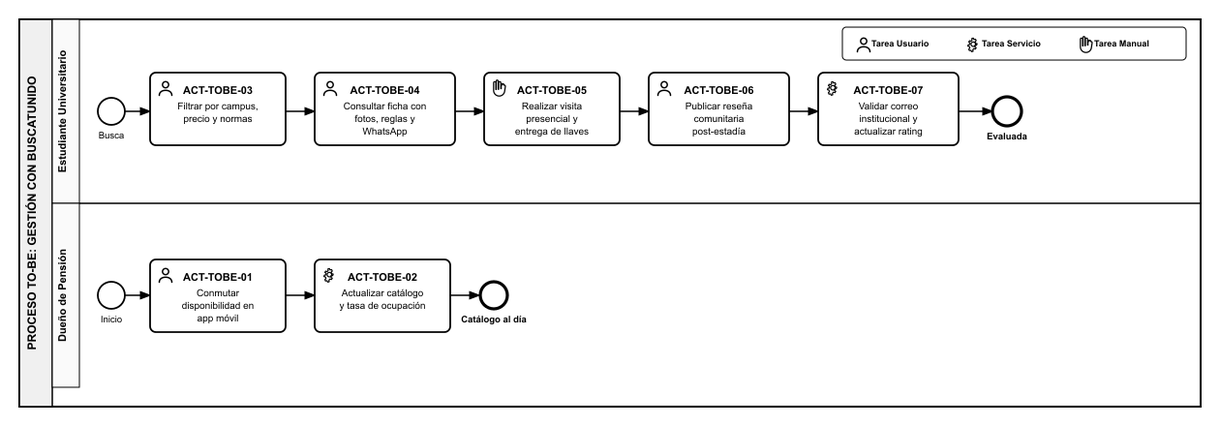
The BPMN diagram assets/diagramas/to-be.png in busca-tunido-requisitos/entrega-1, before a commit. Its source is kept beside it as assets/diagramas/to-be.bpmn. Ids are renumbered.
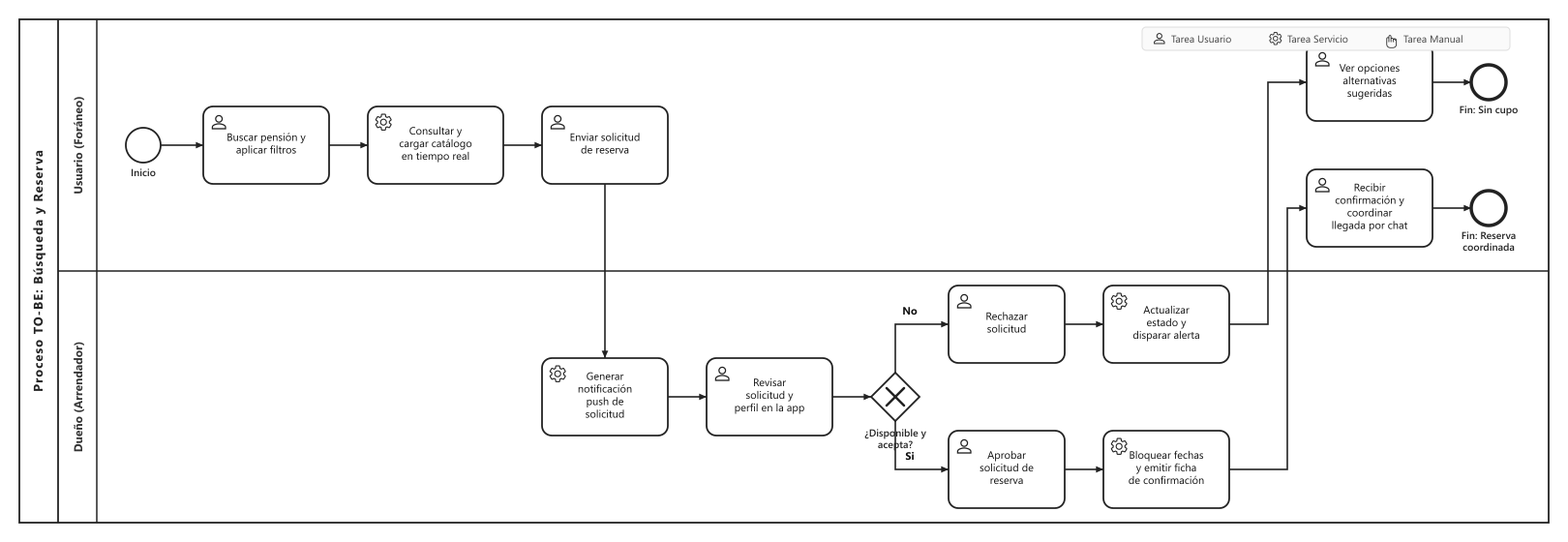
After the change.

Commit message:
feat(bpmn): update AS-IS and TO-BE to interactive reservation flow matching reference design

Diff of the diagram source:
```diff
@@ -8,142 +8,205 @@
                   exporter="Camunda Modeler"
                   exporterVersion="5.20.0">
   <bpmn:collaboration id="Collaboration_TO_BE">
-    <bpmn:participant id="Participant_TO_BE" name="Búsqueda, Arriendo y Gestión con BuscaTuNido (TO-BE)" processRef="Process_TO_BE" />
+    <bpmn:participant id="Participant_TO_BE" name="Proceso TO-BE: Búsqueda y Reserva" processRef="Process_TO_BE" />
   </bpmn:collaboration>
   <bpmn:process id="Process_TO_BE" isExecutable="false">
     <bpmn:laneSet id="LaneSet_TO_BE">
-      <bpmn:lane id="Lane_Estudiante_TOBE" name="Estudiante Universitario">
-        <bpmn:flowNodeRef>Start_Estudiante_TOBE</bpmn:flowNodeRef>
+      <bpmn:lane id="Lane_Usuario" name="Usuario (Foráneo)">
+        <bpmn:flowNodeRef>Start_TOBE</bpmn:flowNodeRef>
+        <bpmn:flowNodeRef>ACT_TOBE_01</bpmn:flowNodeRef>
+        <bpmn:flowNodeRef>ACT_TOBE_02</bpmn:flowNodeRef>
         <bpmn:flowNodeRef>ACT_TOBE_03</bpmn:flowNodeRef>
+        <bpmn:flowNodeRef>ACT_TOBE_08</bpmn:flowNodeRef>
+        <bpmn:flowNodeRef>End_SinCupo</bpmn:flowNodeRef>
+        <bpmn:flowNodeRef>ACT_TOBE_11</bpmn:flowNodeRef>
+        <bpmn:flowNodeRef>End_Reserva</bpmn:flowNodeRef>
+      </bpmn:lane>
+      <bpmn:lane id="Lane_Dueno" name="Dueño (Arrendador)">
         <bpmn:flowNodeRef>ACT_TOBE_04</bpmn:flowNodeRef>
         <bpmn:flowNodeRef>ACT_TOBE_05</bpmn:flowNodeRef>
+        <bpmn:flowNodeRef>Gateway_Decision</bpmn:flowNodeRef>
         <bpmn:flowNodeRef>ACT_TOBE_06</bpmn:flowNodeRef>
         <bpmn:flowNodeRef>ACT_TOBE_07</bpmn:flowNodeRef>
-        <bpmn:flowNodeRef>End_Estudiante_TOBE</bpmn:flowNodeRef>
-      </bpmn:lane>
-      <bpmn:lane id="Lane_Dueno_TOBE" name="Dueño de Pensión">
-        <bpmn:flowNodeRef>Start_Dueno_TOBE</bpmn:flowNodeRef>
-        <bpmn:flowNodeRef>ACT_TOBE_01</bpmn:flowNodeRef>
-        <bpmn:flowNodeRef>ACT_TOBE_02</bpmn:flowNodeRef>
-        <bpmn:flowNodeRef>End_Dueno_TOBE</bpmn:flowNodeRef>
+        <bpmn:flowNodeRef>ACT_TOBE_09</bpmn:flowNodeRef>
+        <bpmn:flowNodeRef>ACT_TOBE_10</bpmn:flowNodeRef>
       </bpmn:lane>
     </bpmn:laneSet>
 
-    <bpmn:startEvent id="Start_Estudiante_TOBE" name="Busca pensión" />
-    <bpmn:userTask id="ACT_TOBE_03" name="ACT-TOBE-03: Filtrar catálogo por campus, precio y normas" />
-    <bpmn:userTask id="ACT_TOBE_04" name="ACT-TOBE-04: Consultar ficha con fotos, reglas y WhatsApp directo" />
-    <bpmn:manualTask id="ACT_TOBE_05" name="ACT-TOBE-05: Realizar visita presencial y entrega de llaves" />
-    <bpmn:userTask id="ACT_TOBE_06" name="ACT-TOBE-06: Publicar reseña comunitaria post-estadía" />
-    <bpmn:serviceTask id="ACT_TOBE_07" name="ACT-TOBE-07: Validar correo institucional y actualizar calificación" />
-    <bpmn:endEvent id="End_Estudiante_TOBE" name="Estadía evaluada" />
+    <bpmn:startEvent id="Start_TOBE" name="Inicio" />
+    <bpmn:userTask id="ACT_TOBE_01" name="Buscar pensión y aplicar filtros" />
+    <bpmn:serviceTask id="ACT_TOBE_02" name="Consultar y cargar catálogo en tiempo real" />
+    <bpmn:userTask id="ACT_TOBE_03" name="Enviar solicitud de reserva" />
 
-    <bpmn:startEvent id="Start_Dueno_TOBE" name="Vacancia o cambio" />
-    <bpmn:userTask id="ACT_TOBE_01" name="ACT-TOBE-01: Conmutar disponibilidad de habitación en app móvil" />
-    <bpmn:serviceTask id="ACT_TOBE_02" name="ACT-TOBE-02: Actualizar catálogo y recalcular ocupación" />
-    <bpmn:endEvent id="End_Dueno_TOBE" name="Oferta actualizada" />
+    <bpmn:serviceTask id="ACT_TOBE_04" name="Generar notificación push de solicitud" />
+    <bpmn:userTask id="ACT_TOBE_05" name="Revisar solicitud y perfil en la app" />
+    <bpmn:exclusiveGateway id="Gateway_Decision" name="¿Disponible y acepta?" />
 
-    <bpmn:sequenceFlow id="f_e1" sourceRef="Start_Estudiante_TOBE" targetRef="ACT_TOBE_03" />
-    <bpmn:sequenceFlow id="f_e2" sourceRef="ACT_TOBE_03" targetRef="ACT_TOBE_04" />
-    <bpmn:sequenceFlow id="f_e3" sourceRef="ACT_TOBE_04" targetRef="ACT_TOBE_05" />
-    <bpmn:sequenceFlow id="f_e4" sourceRef="ACT_TOBE_05" targetRef="ACT_TOBE_06" />
-    <bpmn:sequenceFlow id="f_e5" sourceRef="ACT_TOBE_06" targetRef="ACT_TOBE_07" />
-    <bpmn:sequenceFlow id="f_e6" sourceRef="ACT_TOBE_07" targetRef="End_Estudiante_TOBE" />
+    <bpmn:userTask id="ACT_TOBE_06" name="Rechazar solicitud" />
+    <bpmn:serviceTask id="ACT_TOBE_07" name="Actualizar estado y disparar alerta" />
+    <bpmn:userTask id="ACT_TOBE_08" name="Ver opciones alternativas sugeridas" />
+    <bpmn:endEvent id="End_SinCupo" name="Fin: Sin cupo" />
 
-    <bpmn:sequenceFlow id="f_d1" sourceRef="Start_Dueno_TOBE" targetRef="ACT_TOBE_01" />
-    <bpmn:sequenceFlow id="f_d2" sourceRef="ACT_TOBE_01" targetRef="ACT_TOBE_02" />
-    <bpmn:sequenceFlow id="f_d3" sourceRef="ACT_TOBE_02" targetRef="End_Dueno_TOBE" />
+    <bpmn:userTask id="ACT_TOBE_09" name="Aprobar solicitud de reserva" />
+    <bpmn:serviceTask id="ACT_TOBE_10" name="Bloquear fechas y emitir ficha de confirmación" />
+    <bpmn:userTask id="ACT_TOBE_11" name="Recibir confirmación y coordinar llegada por chat" />
+    <bpmn:endEvent id="End_Reserva" name="Fin: Reserva coordinada" />
+
+    <bpmn:sequenceFlow id="Flow_1" sourceRef="Start_TOBE" targetRef="ACT_TOBE_01" />
+    <bpmn:sequenceFlow id="Flow_2" sourceRef="ACT_TOBE_01" targetRef="ACT_TOBE_02" />
+    <bpmn:sequenceFlow id="Flow_3" sourceRef="ACT_TOBE_02" targetRef="ACT_TOBE_03" />
+    <bpmn:sequenceFlow id="Flow_4" sourceRef="ACT_TOBE_03" targetRef="ACT_TOBE_04" />
+    <bpmn:sequenceFlow id="Flow_5" sourceRef="ACT_TOBE_04" targetRef="ACT_TOBE_05" />
+    <bpmn:sequenceFlow id="Flow_6" sourceRef="ACT_TOBE_05" targetRef="Gateway_Decision" />
+    <bpmn:sequenceFlow id="Flow_No" name="No" sourceRef="Gateway_Decision" targetRef="ACT_TOBE_06" />
+    <bpmn:sequenceFlow id="Flow_7" sourceRef="ACT_TOBE_06" targetRef="ACT_TOBE_07" />
+    <bpmn:sequenceFlow id="Flow_8" sourceRef="ACT_TOBE_07" targetRef="ACT_TOBE_08" />
+    <bpmn:sequenceFlow id="Flow_9" sourceRef="ACT_TOBE_08" targetRef="End_SinCupo" />
+    <bpmn:sequenceFlow id="Flow_Si" name="Si" sourceRef="Gateway_Decision" targetRef="ACT_TOBE_09" />
+    <bpmn:sequenceFlow id="Flow_10" sourceRef="ACT_TOBE_09" targetRef="ACT_TOBE_10" />
+    <bpmn:sequenceFlow id="Flow_11" sourceRef="ACT_TOBE_10" targetRef="ACT_TOBE_11" />
+    <bpmn:sequenceFlow id="Flow_12" sourceRef="ACT_TOBE_11" targetRef="End_Reserva" />
   </bpmn:process>
   <bpmndi:BPMNDiagram id="BPMNDiagram_1">
     <bpmndi:BPMNPlane id="BPMNPlane_1" bpmnElement="Collaboration_TO_BE">
       <bpmndi:BPMNShape id="Participant_TO_BE_di" bpmnElement="Participant_TO_BE" isHorizontal="true">
-        <dc:Bounds x="160" y="80" width="1120" height="440" />
+        <dc:Bounds x="20" y="20" width="1580" height="520" />
       </bpmndi:BPMNShape>
-      <bpmndi:BPMNShape id="Lane_Estudiante_TOBE_di" bpmnElement="Lane_Estudiante_TOBE" isHorizontal="true">
-        <dc:Bounds x="190" y="80" width="1090" height="220" />
+      <bpmndi:BPMNShape id="Lane_Usuario_di" bpmnElement="Lane_Usuario" isHorizontal="true">
+        <dc:Bounds x="50" y="20" width="1550" height="260" />
       </bpmndi:BPMNShape>
-      <bpmndi:BPMNShape id="Lane_Dueno_TOBE_di" bpmnElement="Lane_Dueno_TOBE" isHorizontal="true">
-        <dc:Bounds x="190" y="300" width="1090" height="220" />
+      <bpmndi:BPMNShape id="Lane_Dueno_di" bpmnElement="Lane_Dueno" isHorizontal="true">
+        <dc:Bounds x="50" y="280" width="1550" height="260" />
       </bpmndi:BPMNShape>
-      <bpmndi:BPMNShape id="Start_Estudiante_TOBE_di" bpmnElement="Start_Estudiante_TOBE">
-        <dc:Bounds x="230" y="172" width="36" height="36" />
+
+      <bpmndi:BPMNShape id="Start_TOBE_di" bpmnElement="Start_TOBE">
+        <dc:Bounds x="130" y="132" width="36" height="36" />
         <bpmndi:BPMNLabel>
-          <dc:Bounds x="212" y="215" width="73" height="14" />
-        </bpmndi:BPMNLabel>
-      </bpmndi:BPMNShape>
-      <bpmndi:BPMNShape id="ACT_TOBE_03_di" bpmnElement="ACT_TOBE_03">
-        <dc:Bounds x="310" y="150" width="120" height="80" />
-      </bpmndi:BPMNShape>
-      <bpmndi:BPMNShape id="ACT_TOBE_04_di" bpmnElement="ACT_TOBE_04">
-        <dc:Bounds x="480" y="150" width="120" height="80" />
-      </bpmndi:BPMNShape>
-      <bpmndi:BPMNShape id="ACT_TOBE_05_di" bpmnElement="ACT_TOBE_05">
-        <dc:Bounds x="650" y="150" width="120" height="80" />
-      </bpmndi:BPMNShape>
-      <bpmndi:BPMNShape id="ACT_TOBE_06_di" bpmnElement="ACT_TOBE_06">
-        <dc:Bounds x="820" y="150" width="120" height="80" />
-      </bpmndi:BPMNShape>
-      <bpmndi:BPMNShape id="ACT_TOBE_07_di" bpmnElement="ACT_TOBE_07">
-        <dc:Bounds x="990" y="150" width="120" height="80" />
-      </bpmndi:BPMNShape>
-      <bpmndi:BPMNShape id="End_Estudiante_TOBE_di" bpmnElement="End_Estudiante_TOBE">
-        <dc:Bounds x="1160" y="172" width="36" height="36" />
-        <bpmndi:BPMNLabel>
-          <dc:Bounds x="1136" y="215" width="85" height="14" />
-        </bpmndi:BPMNLabel>
-      </bpmndi:BPMNShape>
-      <bpmndi:BPMNShape id="Start_Dueno_TOBE_di" bpmnElement="Start_Dueno_TOBE">
-        <dc:Bounds x="230" y="392" width="36" height="36" />
-        <bpmndi:BPMNLabel>
-          <dc:Bounds x="220" y="435" width="56" height="27" />
+          <dc:Bounds x="135" y="175" width="26" height="14" />
         </bpmndi:BPMNLabel>
       </bpmndi:BPMNShape>
       <bpmndi:BPMNShape id="ACT_TOBE_01_di" bpmnElement="ACT_TOBE_01">
-        <dc:Bounds x="310" y="370" width="120" height="80" />
+        <dc:Bounds x="210" y="110" width="130" height="80" />
       </bpmndi:BPMNShape>
       <bpmndi:BPMNShape id="ACT_TOBE_02_di" bpmnElement="ACT_TOBE_02">
-        <dc:Bounds x="480" y="370" width="120" height="80" />
+        <dc:Bounds x="380" y="110" width="140" height="80" />
       </bpmndi:BPMNShape>
-      <bpmndi:BPMNShape id="End_Dueno_TOBE_di" bpmnElement="End_Dueno_TOBE">
-        <dc:Bounds x="650" y="392" width="36" height="36" />
+      <bpmndi:BPMNShape id="ACT_TOBE_03_di" bpmnElement="ACT_TOBE_03">
+        <dc:Bounds x="560" y="110" width="130" height="80" />
+      </bpmndi:BPMNShape>
+
+      <bpmndi:BPMNShape id="ACT_TOBE_04_di" bpmnElement="ACT_TOBE_04">
+        <dc:Bounds x="560" y="370" width="130" height="80" />
+      </bpmndi:BPMNShape>
+      <bpmndi:BPMNShape id="ACT_TOBE_05_di" bpmnElement="ACT_TOBE_05">
+        <dc:Bounds x="730" y="370" width="130" height="80" />
+      </bpmndi:BPMNShape>
+      <bpmndi:BPMNShape id="Gateway_Decision_di" bpmnElement="Gateway_Decision" isMarkerVisible="true">
+        <dc:Bounds x="900" y="385" width="50" height="50" />
         <bpmndi:BPMNLabel>
-          <dc:Bounds x="640" y="435" width="56" height="27" />
+          <dc:Bounds x="893" y="442" width="65" height="27" />
         </bpmndi:BPMNLabel>
       </bpmndi:BPMNShape>
-      <bpmndi:BPMNEdge id="f_e1_di" bpmnElement="f_e1">
-        <di:waypoint x="266" y="190" />
-        <di:waypoint x="310" y="190" />
+
+      <bpmndi:BPMNShape id="ACT_TOBE_06_di" bpmnElement="ACT_TOBE_06">
+        <dc:Bounds x="980" y="295" width="120" height="80" />
+      </bpmndi:BPMNShape>
+      <bpmndi:BPMNShape id="ACT_TOBE_07_di" bpmnElement="ACT_TOBE_07">
+        <dc:Bounds x="1140" y="295" width="130" height="80" />
+      </bpmndi:BPMNShape>
+      <bpmndi:BPMNShape id="ACT_TOBE_08_di" bpmnElement="ACT_TOBE_08">
+        <dc:Bounds x="1350" y="45" width="130" height="80" />
+      </bpmndi:BPMNShape>
+      <bpmndi:BPMNShape id="End_SinCupo_di" bpmnElement="End_SinCupo">
+        <dc:Bounds x="1520" y="67" width="36" height="36" />
+        <bpmndi:BPMNLabel>
+          <dc:Bounds x="1507" y="110" width="63" height="14" />
+        </bpmndi:BPMNLabel>
+      </bpmndi:BPMNShape>
+
+      <bpmndi:BPMNShape id="ACT_TOBE_09_di" bpmnElement="ACT_TOBE_09">
+        <dc:Bounds x="980" y="445" width="120" height="80" />
+      </bpmndi:BPMNShape>
+      <bpmndi:BPMNShape id="ACT_TOBE_10_di" bpmnElement="ACT_TOBE_10">
+        <dc:Bounds x="1140" y="445" width="130" height="80" />
+      </bpmndi:BPMNShape>
+      <bpmndi:BPMNShape id="ACT_TOBE_11_di" bpmnElement="ACT_TOBE_11">
+        <dc:Bounds x="1350" y="175" width="130" height="80" />
+      </bpmndi:BPMNShape>
+      <bpmndi:BPMNShape id="End_Reserva_di" bpmnElement="End_Reserva">
+        <dc:Bounds x="1520" y="197" width="36" height="36" />
+        <bpmndi:BPMNLabel>
+          <dc:Bounds x="1506" y="240" width="65" height="27" />
+        </bpmndi:BPMNLabel>
+      </bpmndi:BPMNShape>
+
+      <bpmndi:BPMNEdge id="Flow_1_di" bpmnElement="Flow_1">
+        <di:waypoint x="166" y="150" />
+        <di:waypoint x="210" y="150" />
       </bpmndi:BPMNEdge>
-      <bpmndi:BPMNEdge id="f_e2_di" bpmnElement="f_e2">
-        <di:waypoint x="430" y="190" />
-        <di:waypoint x="480" y="190" />
+      <bpmndi:BPMNEdge id="Flow_2_di" bpmnElement="Flow_2">
+        <di:waypoint x="340" y="150" />
+        <di:waypoint x="380" y="150" />
       </bpmndi:BPMNEdge>
-      <bpmndi:BPMNEdge id="f_e3_di" bpmnElement="f_e3">
-        <di:waypoint x="600" y="190" />
-        <di:waypoint x="650" y="190" />
+      <bpmndi:BPMNEdge id="Flow_3_di" bpmnElement="Flow_3">
+        <di:waypoint x="520" y="150" />
+        <di:waypoint x="560" y="150" />
       </bpmndi:BPMNEdge>
-      <bpmndi:BPMNEdge id="f_e4_di" bpmnElement="f_e4">
-        <di:waypoint x="770" y="190" />
-        <di:waypoint x="820" y="190" />
+      <bpmndi:BPMNEdge id="Flow_4_di" bpmnElement="Flow_4">
+        <di:waypoint x="625" y="190" />
+        <di:waypoint x="625" y="370" />
       </bpmndi:BPMNEdge>
-      <bpmndi:BPMNEdge id="f_e5_di" bpmnElement="f_e5">
-        <di:waypoint x="940" y="190" />
-        <di:waypoint x="990" y="190" />
+      <bpmndi:BPMNEdge id="Flow_5_di" bpmnElement="Flow_5">
+        <di:waypoint x="690" y="410" />
+        <di:waypoint x="730" y="410" />
       </bpmndi:BPMNEdge>
-      <bpmndi:BPMNEdge id="f_e6_di" bpmnElement="f_e6">
-        <di:waypoint x="1110" y="190" />
-        <di:waypoint x="1160" y="190" />
+      <bpmndi:BPMNEdge id="Flow_6_di" bpmnElement="Flow_6">
+        <di:waypoint x="860" y="410" />
+        <di:waypoint x="900" y="410" />
       </bpmndi:BPMNEdge>
-      <bpmndi:BPMNEdge id="f_d1_di" bpmnElement="f_d1">
-        <di:waypoint x="266" y="410" />
-        <di:waypoint x="310" y="410" />
+      <bpmndi:BPMNEdge id="Flow_No_di" bpmnElement="Flow_No">
+        <di:waypoint x="925" y="385" />
+        <di:waypoint x="925" y="335" />
+        <di:waypoint x="980" y="335" />
+        <bpmndi:BPMNLabel>
+          <dc:Bounds x="933" y="318" width="15" height="14" />
+        </bpmndi:BPMNLabel>
       </bpmndi:BPMNEdge>
-      <bpmndi:BPMNEdge id="f_d2_di" bpmnElement="f_d2">
-        <di:waypoint x="430" y="410" />
-        <di:waypoint x="480" y="410" />
+      <bpmndi:BPMNEdge id="Flow_7_di" bpmnElement="Flow_7">
+        <di:waypoint x="1100" y="335" />
+        <di:waypoint x="1140" y="335" />
       </bpmndi:BPMNEdge>
-      <bpmndi:BPMNEdge id="f_d3_di" bpmnElement="f_d3">
-        <di:waypoint x="600" y="410" />
-        <di:waypoint x="650" y="410" />
+      <bpmndi:BPMNEdge id="Flow_8_di" bpmnElement="Flow_8">
+        <di:waypoint x="1270" y="335" />
+        <di:waypoint x="1310" y="335" />
+        <di:waypoint x="1310" y="85" />
+        <di:waypoint x="1350" y="85" />
+      </bpmndi:BPMNEdge>
+      <bpmndi:BPMNEdge id="Flow_9_di" bpmnElement="Flow_9">
+        <di:waypoint x="1480" y="85" />
+        <di:waypoint x="1520" y="85" />
+      </bpmndi:BPMNEdge>
+      <bpmndi:BPMNEdge id="Flow_Si_di" bpmnElement="Flow_Si">
+        <di:waypoint x="925" y="435" />
+        <di:waypoint x="925" y="485" />
+        <di:waypoint x="980" y="485" />
+        <bpmndi:BPMNLabel>
+          <dc:Bounds x="935" y="468" width="11" height="14" />
+        </bpmndi:BPMNLabel>
+      </bpmndi:BPMNEdge>
+      <bpmndi:BPMNEdge id="Flow_10_di" bpmnElement="Flow_10">
+        <di:waypoint x="1100" y="485" />
+        <di:waypoint x="1140" y="485" />
+      </bpmndi:BPMNEdge>
+      <bpmndi:BPMNEdge id="Flow_11_di" bpmnElement="Flow_11">
+        <di:waypoint x="1270" y="485" />
+        <di:waypoint x="1330" y="485" />
+        <di:waypoint x="1330" y="215" />
+        <di:waypoint x="1350" y="215" />
+      </bpmndi:BPMNEdge>
+      <bpmndi:BPMNEdge id="Flow_12_di" bpmnElement="Flow_12">
+        <di:waypoint x="1480" y="215" />
+        <di:waypoint x="1520" y="215" />
       </bpmndi:BPMNEdge>
     </bpmndi:BPMNPlane>
   </bpmndi:BPMNDiagram>
```
